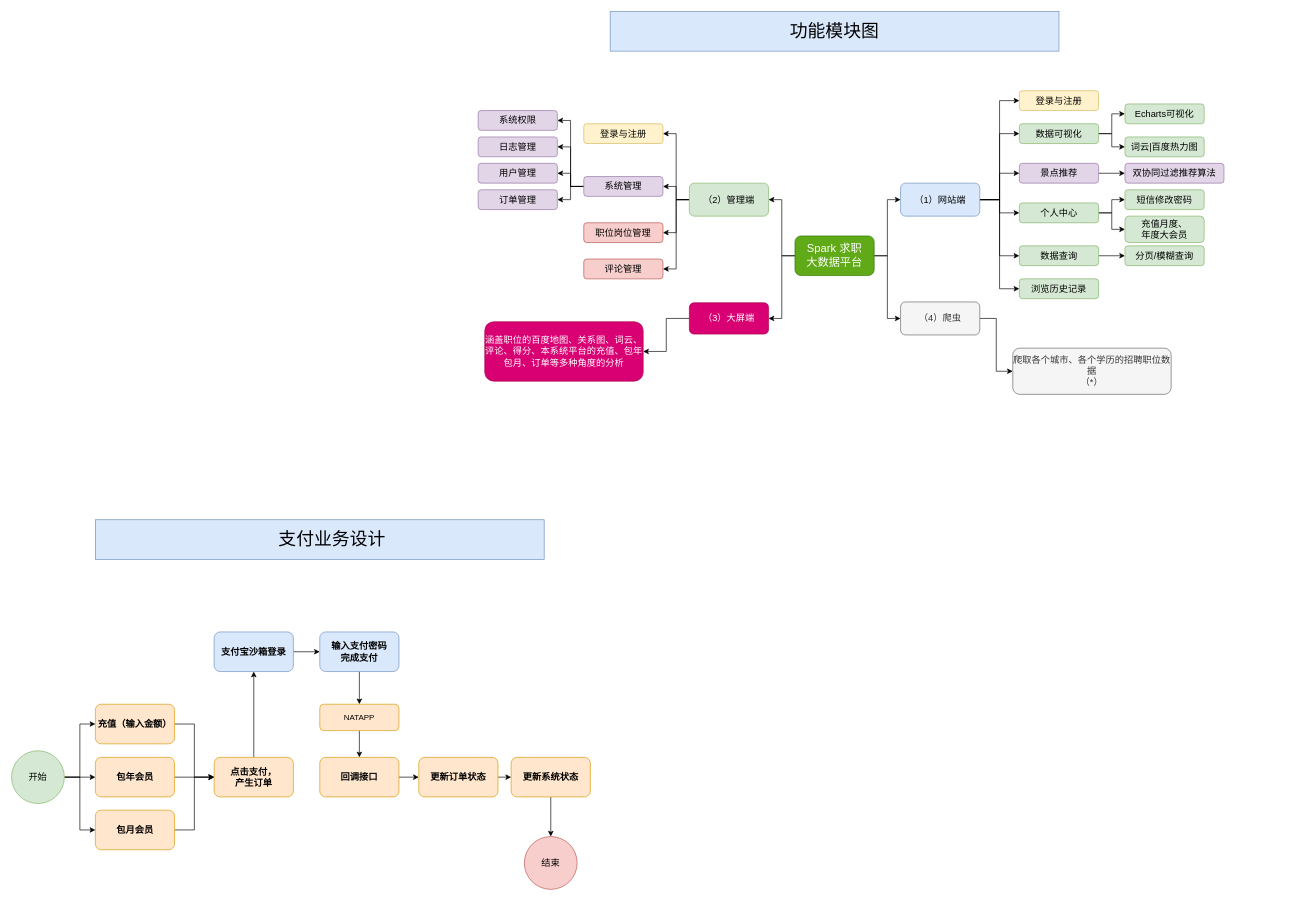
The draw.io diagram SPARK/03-Job.drawio in redcomet88/DRAW, before the edit. Source tidied: cells renumbered, new cells numbered last; positions are measured from the earlier drawing's top-left corner, leaving out a move shared by most shapes. Both pictures are drawn from the tidied source at 66%, with x=0, y=0 at pixel (11, 11).
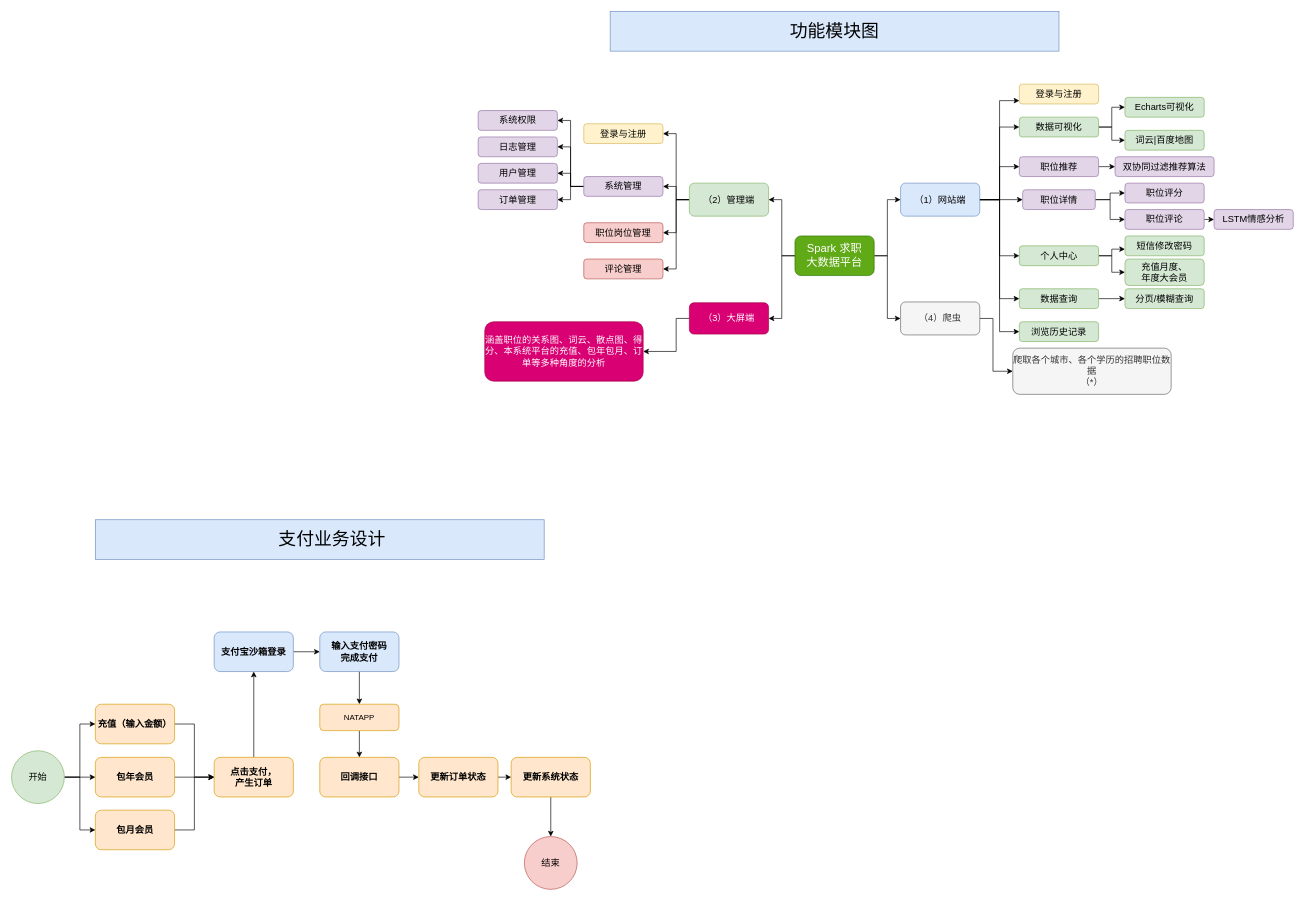
The same diagram, later.

Unchanged cells that the change refers to:
```xml
<mxCell id="9" value="（1）网站端" style="rounded=1;whiteSpace=wrap;html=1;fontSize=14;fillColor=#dae8fc;strokeColor=#6c8ebf;" parent="1" vertex="1">
  <mxGeometry x="1347" y="260" width="120" height="50" as="geometry" />
</mxCell>
<mxCell id="24" value="（4）爬虫" style="rounded=1;whiteSpace=wrap;html=1;fontSize=14;fillColor=#f5f5f5;strokeColor=#666666;fontColor=#333333;" parent="1" vertex="1">
  <mxGeometry x="1347" y="440" width="120" height="50" as="geometry" />
</mxCell>
<mxCell id="40" value="（3）大屏端" style="rounded=1;whiteSpace=wrap;html=1;fontSize=14;fillColor=#d80073;strokeColor=#A50040;fontColor=#ffffff;" parent="1" vertex="1">
  <mxGeometry x="1027" y="441.2" width="120" height="47.5" as="geometry" />
</mxCell>
<mxCell id="53" value="爬取各个城市、各个学历的招聘职位数据&lt;br&gt;（*）" style="rounded=1;whiteSpace=wrap;html=1;fontSize=14;fillColor=#f5f5f5;strokeColor=#666666;fontColor=#333333;" parent="1" vertex="1">
  <mxGeometry x="1517" y="510" width="240" height="70" as="geometry" />
</mxCell>
```

Change to the diagram source:
```diff
@@
     <mxCell id="12" value="数据可视化" style="rounded=1;whiteSpace=wrap;html=1;fontSize=14;fillColor=#d5e8d4;strokeColor=#82b366;" parent="1" vertex="1">
-      <mxGeometry x="1527" y="170" width="120" height="30" as="geometry" />
+      <mxGeometry x="1527" y="160" width="120" height="30" as="geometry" />
     </mxCell>
@@
-    <mxCell id="14" value="景点推荐" style="rounded=1;whiteSpace=wrap;html=1;fontSize=14;fillColor=#e1d5e7;strokeColor=#9673a6;" parent="1" vertex="1">
-      <mxGeometry x="1527" y="230" width="120" height="30" as="geometry" />
+    <mxCell id="14" value="职位推荐" style="rounded=1;whiteSpace=wrap;html=1;fontSize=14;fillColor=#e1d5e7;strokeColor=#9673a6;" parent="1" vertex="1">
+      <mxGeometry x="1527" y="220" width="120" height="30" as="geometry" />
     </mxCell>
@@
     <mxCell id="16" value="数据查询" style="rounded=1;whiteSpace=wrap;html=1;fontSize=14;fillColor=#d5e8d4;strokeColor=#82b366;" parent="1" vertex="1">
-      <mxGeometry x="1527" y="355" width="120" height="30" as="geometry" />
+      <mxGeometry x="1527" y="420" width="120" height="30" as="geometry" />
     </mxCell>
     <mxCell id="17" value="浏览历史记录" style="rounded=1;whiteSpace=wrap;html=1;fontSize=14;fillColor=#d5e8d4;strokeColor=#82b366;" parent="1" vertex="1">
-      <mxGeometry x="1527" y="405" width="120" height="30" as="geometry" />
+      <mxGeometry x="1527" y="470" width="120" height="30" as="geometry" />
     </mxCell>
     <mxCell id="18" value="登录与注册" style="rounded=1;whiteSpace=wrap;html=1;fontSize=14;fillColor=#fff2cc;strokeColor=#d6b656;" parent="1" vertex="1">
-      <mxGeometry x="1527" y="120" width="120" height="30" as="geometry" />
+      <mxGeometry x="1527" y="110" width="120" height="30" as="geometry" />
     </mxCell>
     <mxCell id="19" value="Echarts可视化" style="rounded=1;whiteSpace=wrap;html=1;fontSize=14;fillColor=#d5e8d4;strokeColor=#82b366;" parent="1" vertex="1">
-      <mxGeometry x="1687" y="140" width="120" height="30" as="geometry" />
+      <mxGeometry x="1687" y="130" width="120" height="30" as="geometry" />
     </mxCell>
-    <mxCell id="20" value="词云|百度热力图" style="rounded=1;whiteSpace=wrap;html=1;fontSize=14;fillColor=#d5e8d4;strokeColor=#82b366;" parent="1" vertex="1">
-      <mxGeometry x="1687" y="190" width="120" height="30" as="geometry" />
+    <mxCell id="20" value="词云|百度地图" style="rounded=1;whiteSpace=wrap;html=1;fontSize=14;fillColor=#d5e8d4;strokeColor=#82b366;" parent="1" vertex="1">
+      <mxGeometry x="1687" y="180" width="120" height="30" as="geometry" />
     </mxCell>
     <mxCell id="21" value="分页/模糊查询" style="rounded=1;whiteSpace=wrap;html=1;fontSize=14;fillColor=#d5e8d4;strokeColor=#82b366;" parent="1" vertex="1">
-      <mxGeometry x="1687" y="355" width="120" height="30" as="geometry" />
+      <mxGeometry x="1687" y="420" width="120" height="30" as="geometry" />
     </mxCell>
+    <mxCell id="83" style="edgeStyle=orthogonalEdgeStyle;rounded=0;jettySize=auto;html=1;exitX=1;exitY=0.5;exitDx=0;exitDy=0;entryX=0;entryY=0.5;entryDx=0;entryDy=0;" parent="1" edge="1" source="9" target="86">
+      <mxGeometry relative="1" as="geometry" />
+    </mxCell>
     <mxCell id="22" value="双协同过滤推荐算法" style="rounded=1;whiteSpace=wrap;html=1;fontSize=14;fillColor=#e1d5e7;strokeColor=#9673a6;" parent="1" vertex="1">
-      <mxGeometry x="1687" y="230" width="150" height="30" as="geometry" />
+      <mxGeometry x="1672" y="220" width="150" height="30" as="geometry" />
     </mxCell>
     <mxCell id="23" style="edgeStyle=orthogonalEdgeStyle;rounded=0;jettySize=auto;html=1;exitX=1;exitY=0.5;exitDx=0;exitDy=0;entryX=0;entryY=0.5;entryDx=0;entryDy=0;" parent="1" edge="1" source="24" target="53">
-      <mxGeometry relative="1" as="geometry" />
+      <mxGeometry relative="1" as="geometry">
+        <Array as="points">
+          <mxPoint x="1487" y="465" />
+          <mxPoint x="1487" y="545" />
+        </Array>
+      </mxGeometry>
     </mxCell>
@@
-    <mxCell id="25" style="edgeStyle=orthogonalEdgeStyle;rounded=0;jettySize=auto;html=1;exitX=1;exitY=0.5;exitDx=0;exitDy=0;entryX=0;entryY=0.5;entryDx=0;entryDy=0;" parent="1" edge="1" source="27" target="80">
-      <mxGeometry relative="1" as="geometry" />
+    <mxCell id="25" style="edgeStyle=orthogonalEdgeStyle;rounded=0;jettySize=auto;html=1;exitX=1;exitY=0.5;exitDx=0;exitDy=0;" parent="1" edge="1" source="27">
+      <mxGeometry relative="1" as="geometry">
+        <mxPoint x="1687" y="360" as="targetPoint" />
+        <Array as="points">
+          <mxPoint x="1667" y="370" />
+          <mxPoint x="1667" y="360" />
+        </Array>
+      </mxGeometry>
     </mxCell>
@@
     <mxCell id="27" value="个人中心" style="rounded=1;whiteSpace=wrap;html=1;fontSize=14;fillColor=#d5e8d4;strokeColor=#82b366;" parent="1" vertex="1">
-      <mxGeometry x="1527" y="290" width="120" height="30" as="geometry" />
+      <mxGeometry x="1527" y="355" width="120" height="30" as="geometry" />
     </mxCell>
@@
     <mxCell id="39" style="edgeStyle=orthogonalEdgeStyle;rounded=0;jettySize=auto;html=1;exitX=0;exitY=0.5;exitDx=0;exitDy=0;entryX=1;entryY=0.5;entryDx=0;entryDy=0;" parent="1" edge="1" source="40" target="52">
-      <mxGeometry relative="1" as="geometry" />
+      <mxGeometry relative="1" as="geometry">
+        <Array as="points">
+          <mxPoint x="1007" y="465" />
+          <mxPoint x="1007" y="515" />
+        </Array>
+      </mxGeometry>
     </mxCell>
@@
-    <mxCell id="52" value="涵盖职位的百度地图、关系图、词云、评论、得分、本系统平台的充值、包年包月、订单等多种角度的分析" style="rounded=1;whiteSpace=wrap;html=1;fontSize=14;fillColor=#d80073;strokeColor=#A50040;fontColor=#ffffff;" parent="1" vertex="1">
+    <mxCell id="52" value="涵盖职位的关系图、词云、散点图、得分、本系统平台的充值、包年包月、订单等多种角度的分析" style="rounded=1;whiteSpace=wrap;html=1;fontSize=14;fillColor=#d80073;strokeColor=#A50040;fontColor=#ffffff;" parent="1" vertex="1">
       <mxGeometry x="717" y="470" width="240" height="90" as="geometry" />
     </mxCell>
@@
     <mxCell id="80" value="短信修改密码" style="rounded=1;whiteSpace=wrap;html=1;fontSize=14;fillColor=#d5e8d4;strokeColor=#82b366;" parent="1" vertex="1">
-      <mxGeometry x="1687" y="270" width="120" height="30" as="geometry" />
+      <mxGeometry x="1687" y="340" width="120" height="30" as="geometry" />
     </mxCell>
     <mxCell id="81" value="充值月度、&lt;br&gt;年度大会员" style="rounded=1;whiteSpace=wrap;html=1;fontSize=14;fillColor=#d5e8d4;strokeColor=#82b366;" parent="1" vertex="1">
-      <mxGeometry x="1687" y="310" width="120" height="40" as="geometry" />
+      <mxGeometry x="1687" y="375" width="120" height="40" as="geometry" />
     </mxCell>
@@
+    <mxCell id="84" style="edgeStyle=orthogonalEdgeStyle;rounded=0;jettySize=auto;html=1;exitX=1;exitY=0.5;exitDx=0;exitDy=0;entryX=0;entryY=0.5;entryDx=0;entryDy=0;" parent="1" edge="1" source="86" target="87">
+      <mxGeometry relative="1" as="geometry" />
+    </mxCell>
+    <mxCell id="85" style="edgeStyle=orthogonalEdgeStyle;rounded=0;jettySize=auto;html=1;exitX=1;exitY=0.5;exitDx=0;exitDy=0;entryX=0;entryY=0.5;entryDx=0;entryDy=0;" parent="1" edge="1" source="86" target="89">
+      <mxGeometry relative="1" as="geometry" />
+    </mxCell>
+    <mxCell id="86" value="职位详情" style="rounded=1;whiteSpace=wrap;html=1;fontSize=14;fillColor=#e1d5e7;strokeColor=#9673a6;" parent="1" vertex="1">
+      <mxGeometry x="1532" y="270" width="110" height="30" as="geometry" />
+    </mxCell>
+    <mxCell id="87" value="职位评分" style="rounded=1;whiteSpace=wrap;html=1;fontSize=14;fillColor=#e1d5e7;strokeColor=#9673a6;" parent="1" vertex="1">
+      <mxGeometry x="1687" y="260" width="120" height="30" as="geometry" />
+    </mxCell>
+    <mxCell id="88" style="edgeStyle=orthogonalEdgeStyle;rounded=0;jettySize=auto;html=1;exitX=1;exitY=0.5;exitDx=0;exitDy=0;entryX=0;entryY=0.5;entryDx=0;entryDy=0;" parent="1" edge="1" source="89" target="90">
+      <mxGeometry relative="1" as="geometry" />
+    </mxCell>
+    <mxCell id="89" value="职位评论" style="rounded=1;whiteSpace=wrap;html=1;fontSize=14;fillColor=#e1d5e7;strokeColor=#9673a6;" parent="1" vertex="1">
+      <mxGeometry x="1687" y="300" width="120" height="30" as="geometry" />
+    </mxCell>
+    <mxCell id="90" value="LSTM情感分析" style="rounded=1;whiteSpace=wrap;html=1;fontSize=14;fillColor=#e1d5e7;strokeColor=#9673a6;" parent="1" vertex="1">
+      <mxGeometry x="1822" y="300" width="120" height="30" as="geometry" />
+    </mxCell>
```
